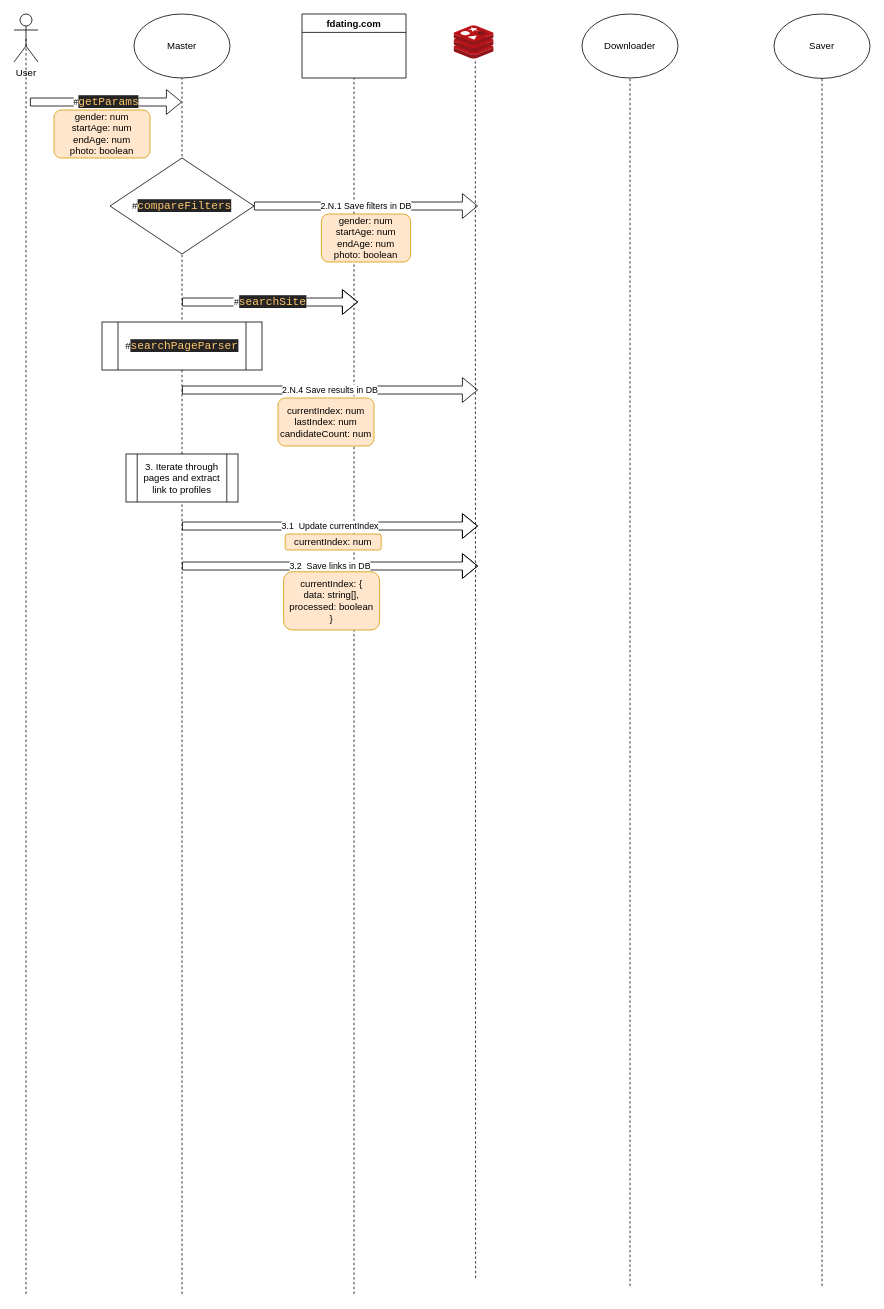
The draw.io diagram diagrams/architecture.drawio in Kal9Isa/fdating-profile-collector, before the edit. Source tidied: cells renumbered, new cells numbered last; positions are measured from the earlier drawing's top-left corner, leaving out a move shared by most shapes. Both pictures are drawn from the tidied source at 80%, with x=0, y=0 at pixel (14, 14).
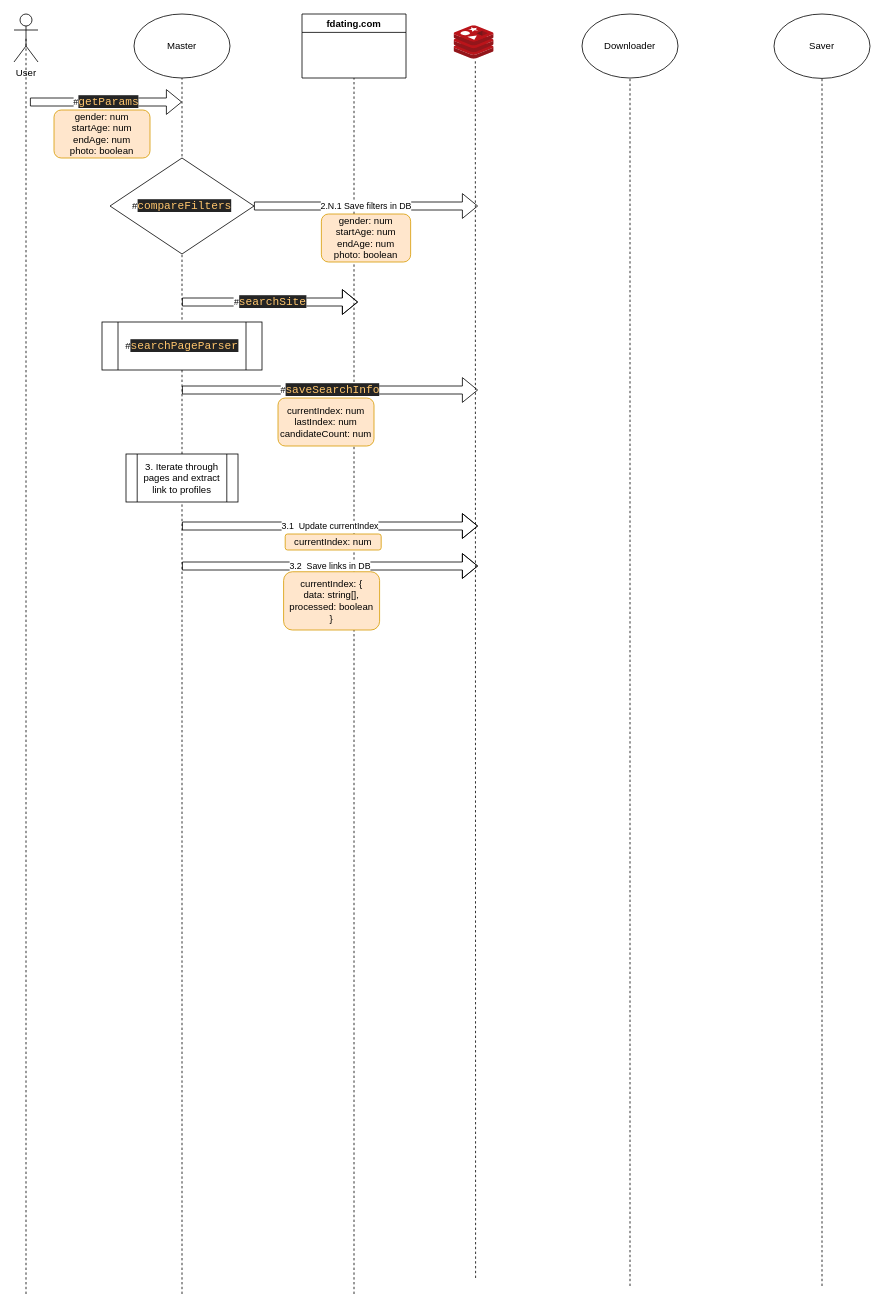
The same diagram, later.

Unchanged cells that the change refers to:
```xml
<mxCell id="23" style="group;" parent="1" vertex="1">
  <mxGeometry x="210" y="470" width="370" height="70" as="geometry" />
</mxCell>
```

The edit, as a diff of the source:
```diff
@@
-    <mxCell id="24" value="2.N.4 Save results in DB" style="shape=flexArrow;endArrow=classic;html=1;" parent="23" edge="1">
+    <mxCell id="24" value="#&lt;span style=&quot;color: rgb(255 , 198 , 109) ; background-color: rgb(36 , 36 , 36) ; font-family: &amp;#34;droid sans mono&amp;#34; , monospace , monospace , &amp;#34;droid sans fallback&amp;#34; ; font-size: 14px&quot;&gt;saveSearchInfo&lt;/span&gt;" style="shape=flexArrow;endArrow=classic;html=1;" parent="23" edge="1">
       <mxGeometry relative="1" as="geometry">
         <mxPoint as="sourcePoint" />
         <mxPoint x="370" as="targetPoint" />
       </mxGeometry>
     </mxCell>
```
